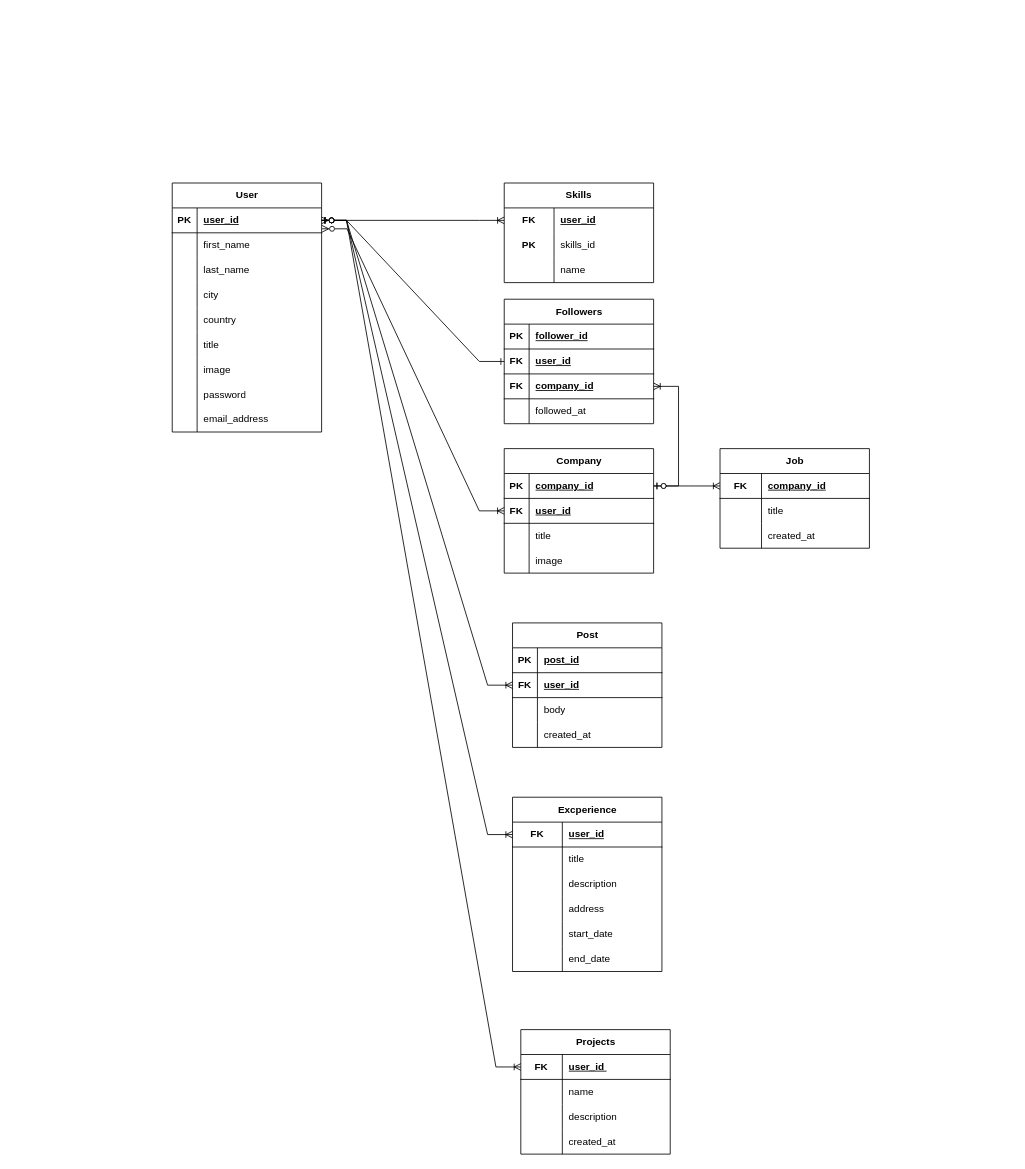
The draw.io diagram Schema_1.0.drawio in 0-Hossam-0/DB-Project, before the edit. Source tidied: cells renumbered, new cells numbered last; positions are measured from the earlier drawing's top-left corner, leaving out a move shared by most shapes. Both pictures are drawn from the tidied source at 83%, with x=0, y=0 at pixel (172, 183).
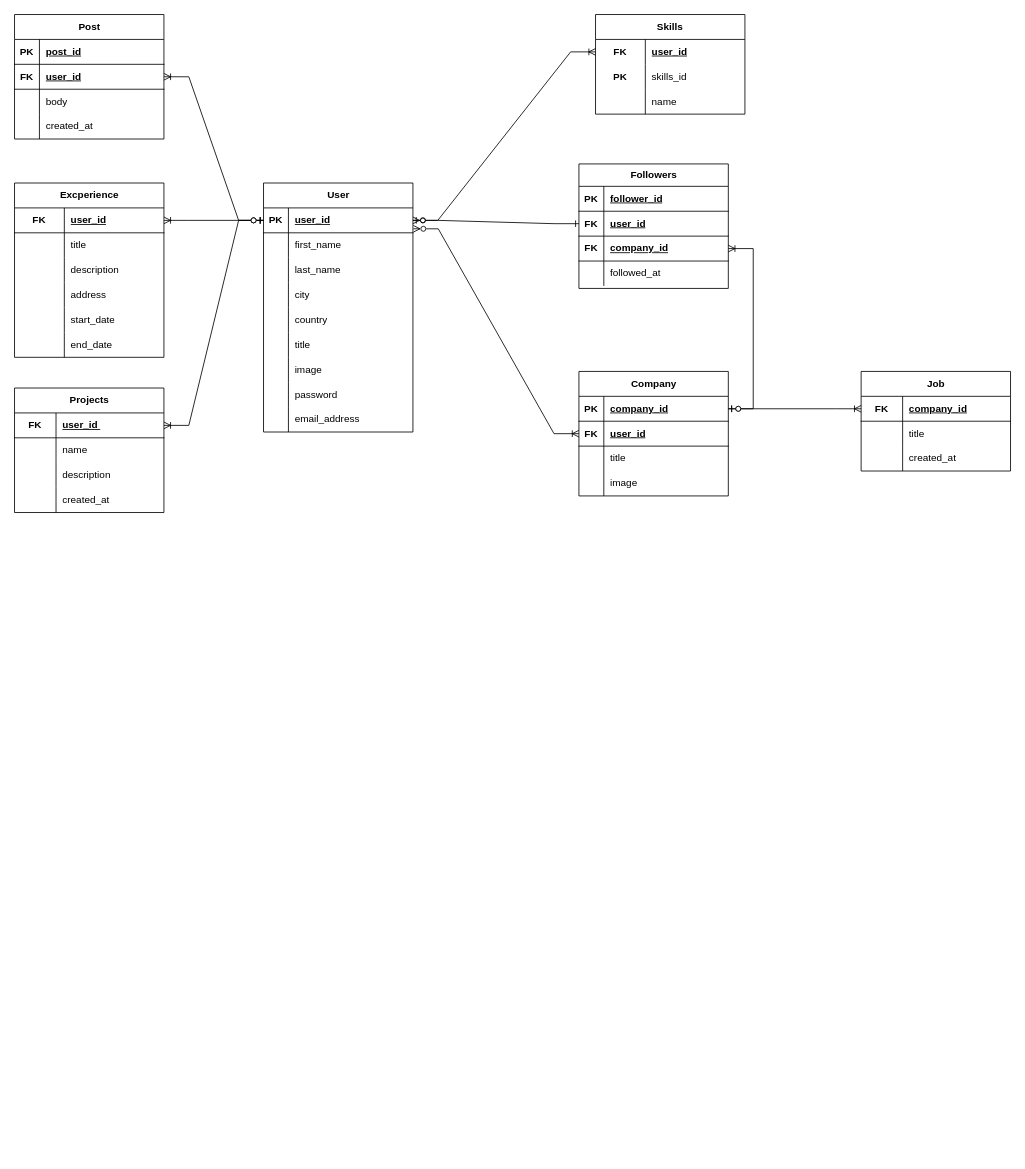
After the change.

The change refers to these unchanged cells:
```xml
<mxCell id="3" style="shape=tableRow;horizontal=0;startSize=0;swimlaneHead=0;swimlaneBody=0;fillColor=none;points=[[0,0.5],[1,0.5]];portConstraint=eastwest;top=0;left=0;right=0;bottom=1;" parent="2" vertex="1">
  <mxGeometry y="30" width="180" height="30" as="geometry" />
</mxCell>
<mxCell id="70" style="shape=tableRow;horizontal=0;startSize=0;swimlaneHead=0;swimlaneBody=0;fillColor=none;points=[[0,0.5],[1,0.5]];portConstraint=eastwest;top=0;left=0;right=0;bottom=1;" parent="66" vertex="1">
  <mxGeometry y="60" width="180" height="30" as="geometry" />
</mxCell>
<mxCell id="80" style="shape=tableRow;horizontal=0;startSize=0;swimlaneHead=0;swimlaneBody=0;fillColor=none;points=[[0,0.5],[1,0.5]];portConstraint=eastwest;top=0;left=0;right=0;bottom=1;" parent="79" vertex="1">
  <mxGeometry y="30" width="180" height="30" as="geometry" />
</mxCell>
<mxCell id="103" style="shape=tableRow;horizontal=0;startSize=0;swimlaneHead=0;swimlaneBody=0;fillColor=none;points=[[0,0.5],[1,0.5]];portConstraint=eastwest;top=0;left=0;right=0;bottom=1;" parent="102" vertex="1">
  <mxGeometry y="30" width="180" height="30" as="geometry" />
</mxCell>
```

What changed in the source:
```diff
@@
     <mxCell id="2" value="User" style="shape=table;startSize=30;childLayout=tableLayout;rowLines=0;fontStyle=1;align=center;html=1;" parent="1" vertex="1">
-      <mxGeometry width="180" height="300" as="geometry" />
+      <mxGeometry x="110" width="180" height="300" as="geometry" />
     </mxCell>
@@
     <mxCell id="30" value="Skills" style="shape=table;startSize=30;childLayout=tableLayout;rowLines=0;fontStyle=1;align=center;html=1;whiteSpace=wrap;" parent="1" vertex="1">
-      <mxGeometry x="400" width="180" height="120" as="geometry" />
+      <mxGeometry x="510" y="-203" width="180" height="120" as="geometry" />
     </mxCell>
@@
-    <mxCell id="40" value="Followers" style="shape=table;startSize=30;childLayout=tableLayout;rowLines=0;fontStyle=1;align=center;html=1;" parent="1" vertex="1">
-      <mxGeometry x="400" y="140" width="180" height="150" as="geometry" />
+    <mxCell id="40" value="Followers" style="shape=table;startSize=27;childLayout=tableLayout;rowLines=0;fontStyle=1;align=center;html=1;" parent="1" vertex="1">
+      <mxGeometry x="490" y="-23" width="180" height="150" as="geometry" />
     </mxCell>
     <mxCell id="41" style="shape=tableRow;horizontal=0;startSize=0;swimlaneHead=0;swimlaneBody=0;fillColor=none;top=0;left=0;right=0;bottom=1;" parent="40" vertex="1">
-      <mxGeometry y="30" width="180" height="30" as="geometry" />
+      <mxGeometry y="27" width="180" height="30" as="geometry" />
     </mxCell>
@@
     <mxCell id="44" style="shape=tableRow;horizontal=0;startSize=0;swimlaneHead=0;swimlaneBody=0;fillColor=none;points=[[0,0.5],[1,0.5]];portConstraint=eastwest;top=0;left=0;right=0;bottom=1;" parent="40" vertex="1">
-      <mxGeometry y="60" width="180" height="30" as="geometry" />
+      <mxGeometry y="57" width="180" height="30" as="geometry" />
     </mxCell>
@@
     <mxCell id="47" style="shape=tableRow;horizontal=0;startSize=0;swimlaneHead=0;swimlaneBody=0;fillColor=none;points=[[0,0.5],[1,0.5]];portConstraint=eastwest;top=0;left=0;right=0;bottom=1;" parent="40" vertex="1">
-      <mxGeometry y="90" width="180" height="30" as="geometry" />
+      <mxGeometry y="87" width="180" height="30" as="geometry" />
     </mxCell>
@@
     <mxCell id="50" style="shape=tableRow;horizontal=0;startSize=0;swimlaneHead=0;swimlaneBody=0;fillColor=none;top=0;left=0;right=0;bottom=0;" parent="40" vertex="1">
-      <mxGeometry y="120" width="180" height="30" as="geometry" />
+      <mxGeometry y="117" width="180" height="30" as="geometry" />
     </mxCell>
@@
     <mxCell id="53" value="Company" style="shape=table;startSize=30;childLayout=tableLayout;rowLines=0;fontStyle=1;align=center;html=1;" parent="1" vertex="1">
-      <mxGeometry x="400" y="320" width="180" height="150" as="geometry" />
+      <mxGeometry x="490" y="227" width="180" height="150" as="geometry" />
     </mxCell>
@@
     <mxCell id="66" value="Post" style="shape=table;startSize=30;childLayout=tableLayout;rowLines=0;fontStyle=1;align=center;html=1;" parent="1" vertex="1">
-      <mxGeometry x="410" y="530" width="180" height="150" as="geometry" />
+      <mxGeometry x="-190" y="-203" width="180" height="150" as="geometry" />
     </mxCell>
@@
     <mxCell id="79" value="Projects" style="shape=table;startSize=30;childLayout=tableLayout;rowLines=0;fontStyle=1;align=center;html=1;" parent="1" vertex="1">
-      <mxGeometry x="420" y="1020" width="180" height="150" as="geometry" />
+      <mxGeometry x="-190" y="247" width="180" height="150" as="geometry" />
     </mxCell>
@@
     <mxCell id="92" value="Job" style="shape=table;startSize=30;childLayout=tableLayout;rowLines=0;fontStyle=1;align=center;html=1;" parent="1" vertex="1">
-      <mxGeometry x="660" y="320" width="180" height="120" as="geometry" />
+      <mxGeometry x="830" y="227" width="180" height="120" as="geometry" />
     </mxCell>
@@
     <mxCell id="102" value="Excperience" style="shape=table;startSize=30;childLayout=tableLayout;rowLines=0;fontStyle=1;align=center;html=1;" parent="1" vertex="1">
-      <mxGeometry x="410" y="740" width="180" height="210" as="geometry" />
+      <mxGeometry x="-190" width="180" height="210" as="geometry" />
     </mxCell>
@@
-    <mxCell id="121" style="edgeStyle=entityRelationEdgeStyle;fontSize=12;html=1;endArrow=ERoneToMany;startArrow=ERzeroToOne;rounded=0;exitX=1;exitY=0.5;exitDx=0;exitDy=0;entryX=0;entryY=0.5;entryDx=0;entryDy=0;" parent="1" edge="1" source="3" target="103">
+    <mxCell id="121" style="edgeStyle=entityRelationEdgeStyle;fontSize=12;html=1;endArrow=ERoneToMany;startArrow=ERzeroToOne;rounded=0;exitX=0;exitY=0.5;exitDx=0;exitDy=0;entryX=1;entryY=0.5;entryDx=0;entryDy=0;" parent="1" edge="1" source="3" target="103">
       <mxGeometry relative="1" as="geometry" />
     </mxCell>
-    <mxCell id="122" style="edgeStyle=entityRelationEdgeStyle;fontSize=12;html=1;endArrow=ERoneToMany;startArrow=ERzeroToOne;rounded=0;exitX=1;exitY=0.5;exitDx=0;exitDy=0;entryX=0;entryY=0.5;entryDx=0;entryDy=0;" parent="1" edge="1" source="3" target="80">
+    <mxCell id="122" style="edgeStyle=entityRelationEdgeStyle;fontSize=12;html=1;endArrow=ERoneToMany;startArrow=ERzeroToOne;rounded=0;exitX=0;exitY=0.5;exitDx=0;exitDy=0;entryX=1;entryY=0.5;entryDx=0;entryDy=0;" parent="1" edge="1" source="3" target="80">
       <mxGeometry relative="1" as="geometry" />
     </mxCell>
-    <mxCell id="123" style="edgeStyle=entityRelationEdgeStyle;fontSize=12;html=1;endArrow=ERoneToMany;startArrow=ERzeroToOne;rounded=0;exitX=1;exitY=0.5;exitDx=0;exitDy=0;entryX=0;entryY=0.5;entryDx=0;entryDy=0;" parent="1" edge="1" source="3" target="70">
+    <mxCell id="123" style="edgeStyle=entityRelationEdgeStyle;fontSize=12;html=1;endArrow=ERoneToMany;startArrow=ERzeroToOne;rounded=0;exitX=0;exitY=0.5;exitDx=0;exitDy=0;entryX=1;entryY=0.5;entryDx=0;entryDy=0;" parent="1" edge="1" source="3" target="70">
       <mxGeometry relative="1" as="geometry" />
     </mxCell>
```
